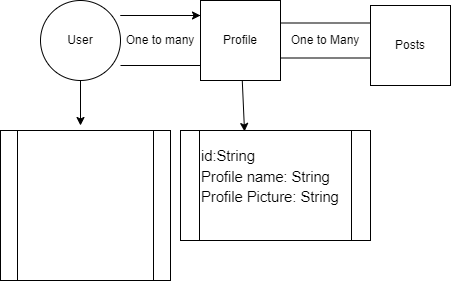
This is schema.drawio.png from he445/project-diarioofc, a draw.io export, as it was before one commit. Source tidied: cells renumbered, new cells last; positions are measured from the earlier drawing's top-left corner, leaving out a move shared by most shapes.
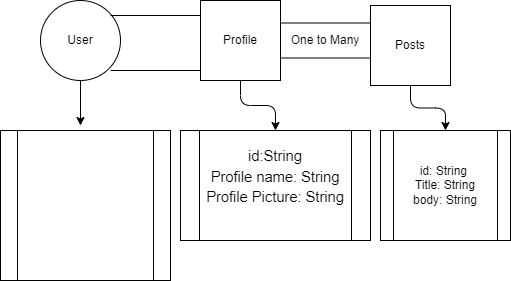
The same file after the commit.

Commit message:
feat: database diagram complet

The edit, as a diff of the source:
```diff
@@ -2,37 +2,40 @@
   <root>
     <mxCell id="0" />
     <mxCell id="1" parent="0" />
-    <mxCell id="2" style="edgeStyle=none;html=1;" parent="1" edge="1" source="3">
+    <mxCell id="2" style="edgeStyle=none;html=1;labelBackgroundColor=none;align=center;fontFamily=Helvetica;" parent="1" edge="1" source="3">
       <mxGeometry relative="1" as="geometry">
         <mxPoint x="80" y="125" as="targetPoint" />
       </mxGeometry>
     </mxCell>
-    <mxCell id="3" value="User" style="ellipse;whiteSpace=wrap;html=1;" parent="1" vertex="1">
+    <mxCell id="3" value="User" style="ellipse;whiteSpace=wrap;html=1;labelBackgroundColor=none;align=center;fontFamily=Helvetica;" parent="1" vertex="1">
       <mxGeometry x="40" width="80" height="80" as="geometry" />
     </mxCell>
-    <mxCell id="4" style="edgeStyle=none;html=1;entryX=0.337;entryY=0.009;entryDx=0;entryDy=0;entryPerimeter=0;fontColor=#FFFFFF;" parent="1" edge="1" source="5" target="11">
+    <mxCell id="4" style="edgeStyle=orthogonalEdgeStyle;html=1;fontColor=#000000;labelBackgroundColor=none;align=center;fontFamily=Helvetica;" parent="1" edge="1" source="5" target="11">
       <mxGeometry relative="1" as="geometry" />
     </mxCell>
-    <mxCell id="5" value="Profile" style="whiteSpace=wrap;html=1;labelBackgroundColor=default;" parent="1" vertex="1">
+    <mxCell id="5" value="Profile" style="whiteSpace=wrap;html=1;labelBackgroundColor=none;align=center;fontFamily=Helvetica;" parent="1" vertex="1">
       <mxGeometry x="200" width="80" height="80" as="geometry" />
     </mxCell>
-    <mxCell id="6" value="One to many" style="shape=partialRectangle;whiteSpace=wrap;html=1;left=0;right=0;fillColor=none;" parent="1" vertex="1">
-      <mxGeometry x="120" y="15" width="80" height="50" as="geometry" />
-    </mxCell>
-    <mxCell id="7" style="edgeStyle=none;html=1;exitX=0;exitY=0;exitDx=0;exitDy=0;entryX=1;entryY=0;entryDx=0;entryDy=0;" parent="1" edge="1" source="6" target="6">
-      <mxGeometry relative="1" as="geometry" />
-    </mxCell>
+    <mxCell id="12" style="edgeStyle=orthogonalEdgeStyle;html=1;fontColor=#000000;labelBackgroundColor=none;align=center;fontFamily=Helvetica;" parent="1" edge="1" source="8" target="13">
+      <mxGeometry relative="1" as="geometry" />
+    </mxCell>
-    <mxCell id="8" value="Posts" style="whiteSpace=wrap;html=1;labelBackgroundColor=default;" parent="1" vertex="1">
+    <mxCell id="8" value="Posts" style="whiteSpace=wrap;html=1;labelBackgroundColor=none;align=center;fontFamily=Helvetica;" parent="1" vertex="1">
       <mxGeometry x="370" y="5" width="80" height="80" as="geometry" />
     </mxCell>
-    <mxCell id="9" value="One to Many" style="shape=partialRectangle;whiteSpace=wrap;html=1;left=0;right=0;fillColor=none;" parent="1" vertex="1">
+    <mxCell id="9" value="One to Many" style="shape=partialRectangle;whiteSpace=wrap;html=1;left=0;right=0;fillColor=none;labelBackgroundColor=none;align=center;fontFamily=Helvetica;" parent="1" vertex="1">
       <mxGeometry x="280" y="22.5" width="90" height="35" as="geometry" />
     </mxCell>
-    <mxCell id="10" value="&lt;span id=&quot;docs-internal-guid-df282f5a-7fff-cb5b-8f41-3b00759840ae&quot;&gt;&lt;p dir=&quot;ltr&quot; style=&quot;line-height: 1.38 ; margin-top: 0pt ; margin-bottom: 0pt&quot;&gt;&lt;span style=&quot;font-size: 11pt; font-family: arial; vertical-align: baseline;&quot;&gt;&amp;nbsp;&amp;nbsp;id: string;&lt;/span&gt;&lt;/p&gt;&lt;p dir=&quot;ltr&quot; style=&quot;line-height: 1.38 ; margin-top: 0pt ; margin-bottom: 0pt&quot;&gt;&lt;span style=&quot;font-size: 11pt; font-family: arial; vertical-align: baseline;&quot;&gt;&amp;nbsp; User name: string;&lt;/span&gt;&lt;/p&gt;&lt;p dir=&quot;ltr&quot; style=&quot;line-height: 1.38 ; margin-top: 0pt ; margin-bottom: 0pt&quot;&gt;&lt;span style=&quot;font-size: 11pt; font-family: arial; vertical-align: baseline;&quot;&gt;&amp;nbsp;&amp;nbsp;email: string;&lt;/span&gt;&lt;/p&gt;&lt;p dir=&quot;ltr&quot; style=&quot;line-height: 1.38 ; margin-top: 0pt ; margin-bottom: 0pt&quot;&gt;&lt;span style=&quot;font-size: 11pt; font-family: arial; vertical-align: baseline;&quot;&gt;&amp;nbsp;&amp;nbsp;password: string;&lt;/span&gt;&lt;/p&gt;&lt;p dir=&quot;ltr&quot; style=&quot;line-height: 1.38 ; margin-top: 0pt ; margin-bottom: 0pt&quot;&gt;&lt;span style=&quot;font-size: 11pt; font-family: arial; vertical-align: baseline;&quot;&gt;&amp;nbsp;&amp;nbsp;cpf: string;&lt;/span&gt;&lt;/p&gt;&lt;p dir=&quot;ltr&quot; style=&quot;line-height: 1.38 ; margin-top: 0pt ; margin-bottom: 0pt&quot;&gt;&lt;span style=&quot;font-size: 11pt; font-family: arial; vertical-align: baseline;&quot;&gt;&amp;nbsp;&amp;nbsp;role: string;&lt;/span&gt;&lt;/p&gt;&lt;div&gt;&lt;span style=&quot;font-size: 11pt; font-family: arial; color: rgb(0, 0, 0); vertical-align: baseline;&quot;&gt;&lt;br&gt;&lt;/span&gt;&lt;/div&gt;&lt;/span&gt;" style="shape=process;whiteSpace=wrap;html=1;backgroundOutline=1;labelBackgroundColor=none;fontColor=#FFFFFF;align=left;" parent="1" vertex="1">
+    <mxCell id="10" value="&lt;span id=&quot;docs-internal-guid-df282f5a-7fff-cb5b-8f41-3b00759840ae&quot;&gt;&lt;p dir=&quot;ltr&quot; style=&quot;line-height: 1.38 ; margin-top: 0pt ; margin-bottom: 0pt&quot;&gt;&lt;span style=&quot;font-size: 11pt; vertical-align: baseline;&quot;&gt;&amp;nbsp;&amp;nbsp;id: string;&lt;/span&gt;&lt;/p&gt;&lt;p dir=&quot;ltr&quot; style=&quot;line-height: 1.38 ; margin-top: 0pt ; margin-bottom: 0pt&quot;&gt;&lt;span style=&quot;font-size: 11pt; vertical-align: baseline;&quot;&gt;&amp;nbsp; User name: string;&lt;/span&gt;&lt;/p&gt;&lt;p dir=&quot;ltr&quot; style=&quot;line-height: 1.38 ; margin-top: 0pt ; margin-bottom: 0pt&quot;&gt;&lt;span style=&quot;font-size: 11pt; vertical-align: baseline;&quot;&gt;&amp;nbsp;&amp;nbsp;email: string;&lt;/span&gt;&lt;/p&gt;&lt;p dir=&quot;ltr&quot; style=&quot;line-height: 1.38 ; margin-top: 0pt ; margin-bottom: 0pt&quot;&gt;&lt;span style=&quot;font-size: 11pt; vertical-align: baseline;&quot;&gt;&amp;nbsp;&amp;nbsp;password: string;&lt;/span&gt;&lt;/p&gt;&lt;p dir=&quot;ltr&quot; style=&quot;line-height: 1.38 ; margin-top: 0pt ; margin-bottom: 0pt&quot;&gt;&lt;span style=&quot;font-size: 11pt; vertical-align: baseline;&quot;&gt;&amp;nbsp;&amp;nbsp;cpf: string;&lt;/span&gt;&lt;/p&gt;&lt;p dir=&quot;ltr&quot; style=&quot;line-height: 1.38 ; margin-top: 0pt ; margin-bottom: 0pt&quot;&gt;&lt;span style=&quot;font-size: 11pt; vertical-align: baseline;&quot;&gt;&amp;nbsp;&amp;nbsp;role: string;&lt;/span&gt;&lt;/p&gt;&lt;div&gt;&lt;span style=&quot;font-size: 11pt; color: rgb(0, 0, 0); vertical-align: baseline;&quot;&gt;&lt;br&gt;&lt;/span&gt;&lt;/div&gt;&lt;/span&gt;" style="shape=process;whiteSpace=wrap;html=1;backgroundOutline=1;labelBackgroundColor=none;fontColor=#FFFFFF;align=center;fontFamily=Helvetica;" parent="1" vertex="1">
       <mxGeometry y="130" width="170" height="150" as="geometry" />
     </mxCell>
-    <mxCell id="11" value="&lt;span id=&quot;docs-internal-guid-a3b46b1f-7fff-5929-f7e5-c24bb7a05511&quot;&gt;&lt;p dir=&quot;ltr&quot; style=&quot;line-height: 1.38 ; margin-top: 0pt ; margin-bottom: 0pt&quot;&gt;&lt;span style=&quot;font-size: 11pt; font-family: arial; vertical-align: baseline;&quot;&gt;id:String&lt;/span&gt;&lt;/p&gt;&lt;p dir=&quot;ltr&quot; style=&quot;line-height: 1.38 ; margin-top: 0pt ; margin-bottom: 0pt&quot;&gt;&lt;span style=&quot;font-size: 11pt; font-family: arial; vertical-align: baseline;&quot;&gt;Profile name: String&lt;/span&gt;&lt;/p&gt;&lt;p dir=&quot;ltr&quot; style=&quot;line-height: 1.38 ; margin-top: 0pt ; margin-bottom: 0pt&quot;&gt;&lt;span style=&quot;font-size: 11pt; font-family: arial; vertical-align: baseline;&quot;&gt;Profile Picture: String&lt;/span&gt;&lt;/p&gt;&lt;div&gt;&lt;span style=&quot;font-size: 11pt ; font-family: &amp;quot;arial&amp;quot; ; color: rgb(0 , 0 , 0) ; vertical-align: baseline&quot;&gt;&lt;br&gt;&lt;/span&gt;&lt;/div&gt;&lt;/span&gt;" style="shape=process;whiteSpace=wrap;html=1;backgroundOutline=1;align=left;labelBackgroundColor=none;" parent="1" vertex="1">
+    <mxCell id="11" value="&lt;span id=&quot;docs-internal-guid-a3b46b1f-7fff-5929-f7e5-c24bb7a05511&quot;&gt;&lt;p dir=&quot;ltr&quot; style=&quot;line-height: 1.38 ; margin-top: 0pt ; margin-bottom: 0pt&quot;&gt;&lt;span style=&quot;font-size: 11pt; vertical-align: baseline;&quot;&gt;id:String&lt;/span&gt;&lt;/p&gt;&lt;p dir=&quot;ltr&quot; style=&quot;line-height: 1.38 ; margin-top: 0pt ; margin-bottom: 0pt&quot;&gt;&lt;span style=&quot;font-size: 11pt; vertical-align: baseline;&quot;&gt;Profile name: String&lt;/span&gt;&lt;/p&gt;&lt;p dir=&quot;ltr&quot; style=&quot;line-height: 1.38 ; margin-top: 0pt ; margin-bottom: 0pt&quot;&gt;&lt;span style=&quot;font-size: 11pt; vertical-align: baseline;&quot;&gt;Profile Picture: String&lt;/span&gt;&lt;/p&gt;&lt;div&gt;&lt;span style=&quot;font-size: 11pt; color: rgb(0, 0, 0); vertical-align: baseline;&quot;&gt;&lt;br&gt;&lt;/span&gt;&lt;/div&gt;&lt;/span&gt;" style="shape=process;whiteSpace=wrap;html=1;backgroundOutline=1;align=center;labelBackgroundColor=none;fontFamily=Helvetica;" parent="1" vertex="1">
       <mxGeometry x="180" y="130" width="190" height="110" as="geometry" />
     </mxCell>
+    <mxCell id="13" value="id: String&amp;nbsp;&lt;br&gt;Title: String&lt;br&gt;body: String" style="shape=process;whiteSpace=wrap;html=1;backgroundOutline=1;labelBackgroundColor=none;align=center;fontFamily=Helvetica;" parent="1" vertex="1">
+      <mxGeometry x="380" y="130" width="130" height="110" as="geometry" />
+    </mxCell>
+    <mxCell id="14" value="One to Many" style="shape=partialRectangle;whiteSpace=wrap;html=1;left=0;right=0;fillColor=none;fontColor=#FFFFFF;labelBackgroundColor=none;align=center;fontFamily=Helvetica;" parent="1" vertex="1">
+      <mxGeometry x="110" y="15" width="90" height="55" as="geometry" />
+    </mxCell>
   </root>
 </mxGraphModel>
```
